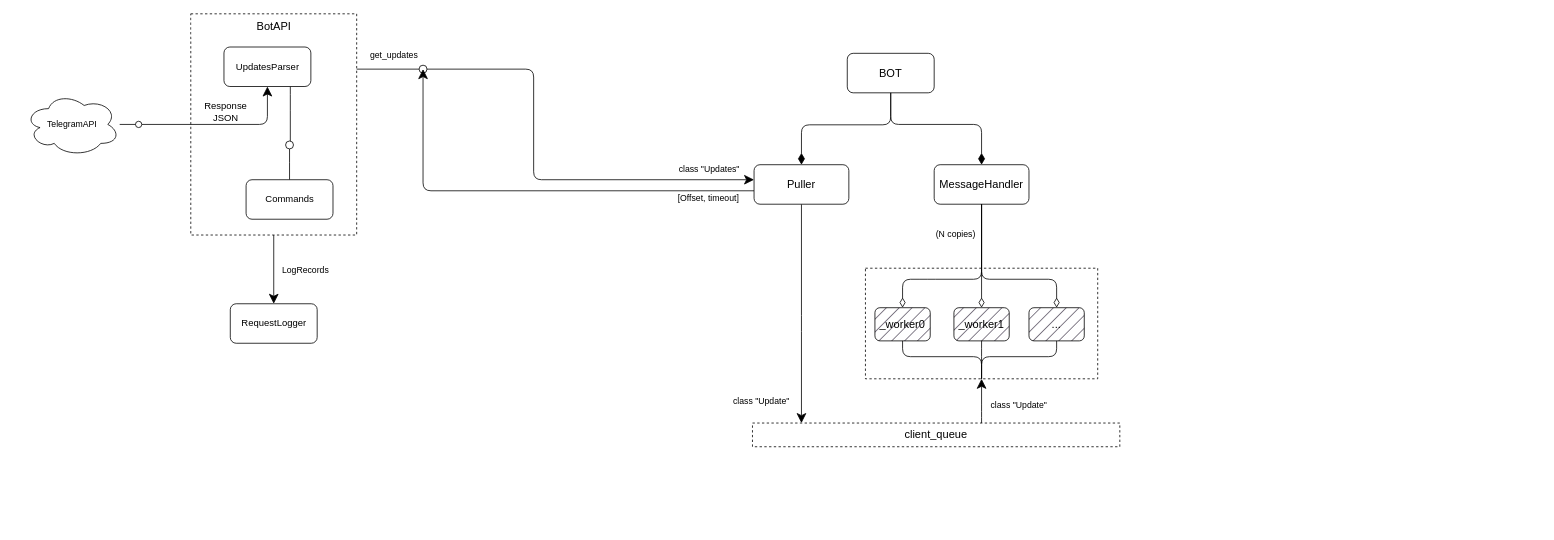
Above: structure.drawio in jopiks-s/shutdowns (draw.io), before the change. Source tidied: cells renumbered, new cells numbered last; positions are measured from the earlier drawing's top-left corner, leaving out a move shared by most shapes. Both pictures are drawn from the tidied source at 79%, with x=0, y=0 at pixel (24, 13).
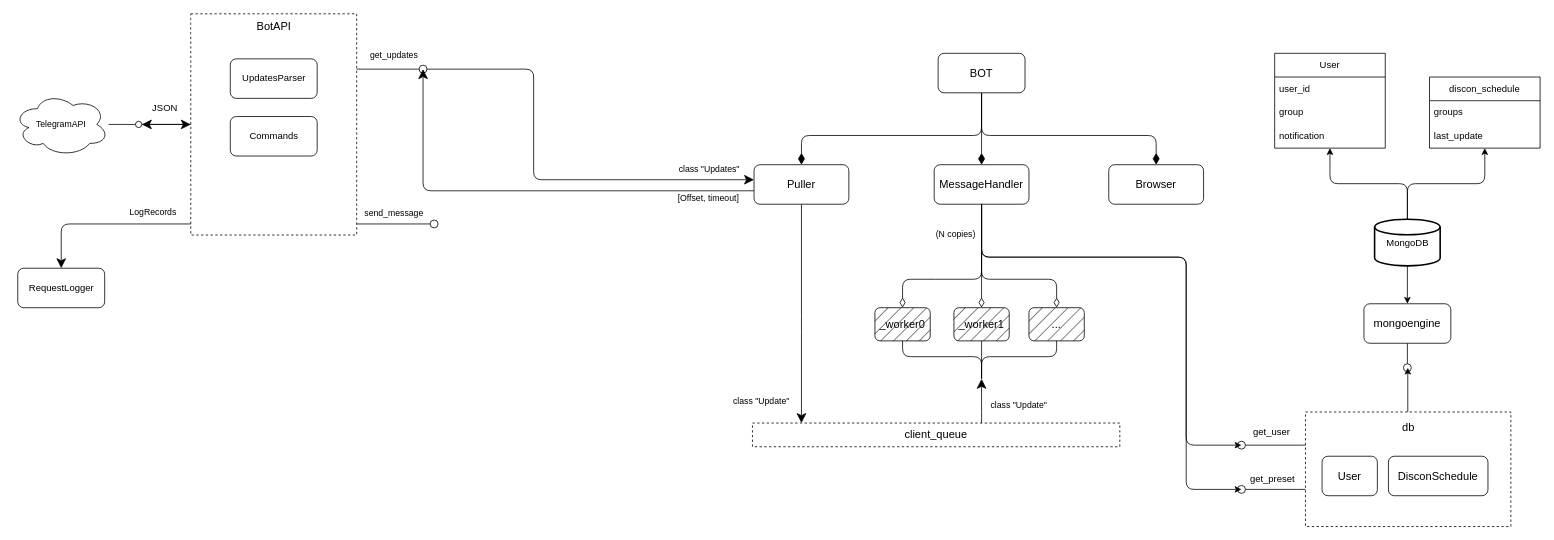
The same page after the edit.

Commit message (it also covers changes not shown here):
refactoring + updated uml diagram. added lock for query preset

Unchanged cells that the change refers to:
```xml
<mxCell id="5" style="ellipse;html=1;fontSize=11;align=center;fillColor=none;points=[];verticalAlign=bottom;labelPosition=center;verticalLabelPosition=top;flipH=1;" parent="1" vertex="1">
  <mxGeometry x="140" y="136" width="8" height="8" as="geometry" />
</mxCell>
<mxCell id="7" value="&lt;font style=&quot;font-size: 14px;&quot;&gt;MessageHandler&lt;/font&gt;" style="rounded=1;whiteSpace=wrap;html=1;" parent="1" vertex="1">
  <mxGeometry x="1151" y="191" width="120" height="50" as="geometry" />
</mxCell>
<mxCell id="10" value="&lt;font style=&quot;font-size: 14px;&quot;&gt;Puller&lt;/font&gt;" style="rounded=1;whiteSpace=wrap;html=1;" parent="1" vertex="1">
  <mxGeometry x="923" y="191" width="120" height="50" as="geometry" />
</mxCell>
<mxCell id="11" style="rounded=0;whiteSpace=wrap;html=1;fontFamily=Helvetica;fontSize=11;fontColor=default;dashed=1;fillColor=none;" parent="1" vertex="1">
  <mxGeometry x="210" width="210" height="280" as="geometry" />
</mxCell>
<mxCell id="12" value="&lt;font style=&quot;font-size: 14px;&quot;&gt;client_queue&lt;/font&gt;" style="rounded=0;whiteSpace=wrap;html=1;fontFamily=Helvetica;fontSize=11;fontColor=default;dashed=1;fillColor=default;fillStyle=auto;" parent="1" vertex="1">
  <mxGeometry x="921" y="518" width="465" height="30" as="geometry" />
</mxCell>
<mxCell id="31" style="group;" parent="1" vertex="1">
  <mxGeometry x="1064" y="322" width="294" height="140" as="geometry" />
</mxCell>
<mxCell id="33" value="&lt;font style=&quot;font-size: 14px;&quot;&gt;_worker1&lt;/font&gt;" style="rounded=1;whiteSpace=wrap;html=1;fillStyle=hatch;fillColor=#31283B;glass=0;shadow=0;" parent="31" vertex="1">
  <mxGeometry x="112" y="50" width="70" height="42" as="geometry" />
</mxCell>
<mxCell id="34" value="&lt;font style=&quot;font-size: 14px;&quot;&gt;_worker0&lt;/font&gt;" style="rounded=1;whiteSpace=wrap;html=1;fillStyle=hatch;fillColor=#31283B;glass=0;shadow=0;" parent="31" vertex="1">
  <mxGeometry x="12" y="50" width="70" height="42" as="geometry" />
</mxCell>
<mxCell id="35" value="&lt;span style=&quot;font-size: 14px;&quot;&gt;...&lt;/span&gt;" style="rounded=1;whiteSpace=wrap;html=1;fillStyle=hatch;fillColor=#31283B;glass=0;shadow=0;" parent="31" vertex="1">
  <mxGeometry x="207" y="50" width="70" height="42" as="geometry" />
</mxCell>
```

Diff of the diagram source:
```diff
@@
+    <mxCell id="44" style="edgeStyle=orthogonalEdgeStyle;jettySize=auto;html=1;rounded=1;" parent="1" edge="1" source="7">
+      <mxGeometry relative="1" as="geometry">
+        <mxPoint x="1540" y="546" as="targetPoint" />
+        <Array as="points">
+          <mxPoint x="1211" y="308" />
+          <mxPoint x="1470" y="308" />
+          <mxPoint x="1470" y="546" />
+        </Array>
+      </mxGeometry>
+    </mxCell>
+    <mxCell id="45" style="edgeStyle=orthogonalEdgeStyle;jettySize=auto;html=1;rounded=1;" parent="1" edge="1" source="7">
+      <mxGeometry relative="1" as="geometry">
+        <mxPoint x="1540" y="602" as="targetPoint" />
+        <Array as="points">
+          <mxPoint x="1211" y="308" />
+          <mxPoint x="1470" y="308" />
+          <mxPoint x="1470" y="602" />
+        </Array>
+      </mxGeometry>
+    </mxCell>
+    <mxCell id="21" style="edgeStyle=orthogonalEdgeStyle;shape=connector;rounded=1;jettySize=auto;html=1;labelBackgroundColor=default;strokeColor=default;fontFamily=Helvetica;fontSize=11;fontColor=default;endArrow=diamondThin;endFill=1;endSize=12;" parent="1" edge="1" source="3" target="7">
+      <mxGeometry relative="1" as="geometry" />
+    </mxCell>
+    <mxCell id="46" style="edgeStyle=orthogonalEdgeStyle;shape=connector;rounded=1;jettySize=auto;html=1;labelBackgroundColor=default;strokeColor=default;fontFamily=Helvetica;fontSize=11;fontColor=default;endArrow=diamondThin;endFill=1;endSize=12;" parent="1" edge="1" source="3" target="70">
+      <mxGeometry relative="1" as="geometry">
+        <Array as="points">
+          <mxPoint x="1211" y="154" />
+          <mxPoint x="1432" y="154" />
+        </Array>
+      </mxGeometry>
+    </mxCell>
     <mxCell id="2" style="edgeStyle=orthogonalEdgeStyle;shape=connector;rounded=1;jettySize=auto;html=1;labelBackgroundColor=default;strokeColor=default;fontFamily=Helvetica;fontSize=11;fontColor=default;endArrow=diamondThin;endFill=1;endSize=12;" parent="1" edge="1" source="3" target="10">
-      <mxGeometry relative="1" as="geometry" />
+      <mxGeometry relative="1" as="geometry">
+        <Array as="points">
+          <mxPoint x="1211" y="154" />
+          <mxPoint x="983" y="154" />
+        </Array>
+      </mxGeometry>
     </mxCell>
     <mxCell id="3" value="&lt;font style=&quot;font-size: 14px;&quot;&gt;BOT&lt;/font&gt;" style="rounded=1;whiteSpace=wrap;html=1;" parent="1" vertex="1">
-      <mxGeometry x="1041" y="50" width="110" height="50" as="geometry" />
+      <mxGeometry x="1156" y="50" width="110" height="50" as="geometry" />
     </mxCell>
@@
-    <mxCell id="6" style="edgeStyle=orthogonalEdgeStyle;rounded=1;jettySize=auto;html=1;endSize=10;" parent="1" edge="1" source="5" target="18">
+    <mxCell id="6" style="edgeStyle=orthogonalEdgeStyle;rounded=1;jettySize=auto;html=1;endSize=10;" parent="1" edge="1" source="11" target="5">
       <mxGeometry relative="1" as="geometry" />
     </mxCell>
@@
     <mxCell id="13" value="TelegramAPI" style="ellipse;shape=cloud;whiteSpace=wrap;html=1;fontFamily=Helvetica;fontSize=11;fontColor=default;" parent="1" vertex="1">
-      <mxGeometry y="100" width="120" height="80" as="geometry" />
+      <mxGeometry x="-14" y="100" width="120" height="80" as="geometry" />
     </mxCell>
-    <mxCell id="14" style="edgeStyle=orthogonalEdgeStyle;rounded=0;jettySize=auto;html=1;endArrow=oval;endFill=0;endSize=10;" parent="1" edge="1" source="16">
-      <mxGeometry relative="1" as="geometry">
-        <mxPoint x="335" y="166" as="targetPoint" />
-      </mxGeometry>
-    </mxCell>
-    <mxCell id="15" value="Response&lt;br&gt;JSON" style="text;html=1;align=center;verticalAlign=middle;strokeColor=none;fillColor=none;" parent="1" vertex="1">
-      <mxGeometry x="212" y="103" width="84" height="42" as="geometry" />
+    <mxCell id="15" value="JSON" style="text;html=1;align=center;verticalAlign=middle;strokeColor=none;fillColor=none;" parent="1" vertex="1">
+      <mxGeometry x="149" y="106" width="56" height="28" as="geometry" />
     </mxCell>
     <mxCell id="16" value="Commands" style="html=1;rounded=1;" parent="1" vertex="1">
-      <mxGeometry x="280" y="210" width="110" height="50" as="geometry" />
+      <mxGeometry x="260" y="130" width="110" height="50" as="geometry" />
     </mxCell>
-    <mxCell id="17" style="edgeStyle=orthogonalEdgeStyle;shape=connector;rounded=1;jettySize=auto;html=1;labelBackgroundColor=default;strokeColor=default;fontFamily=Helvetica;fontSize=11;fontColor=default;endArrow=none;endFill=0;" parent="1" edge="1" source="18">
-      <mxGeometry relative="1" as="geometry">
-        <mxPoint x="336" y="161" as="targetPoint" />
-        <Array as="points">
-          <mxPoint x="336" y="112" />
-          <mxPoint x="336" y="112" />
-        </Array>
-      </mxGeometry>
-    </mxCell>
     <mxCell id="18" value="UpdatesParser" style="html=1;rounded=1;" parent="1" vertex="1">
-      <mxGeometry x="252" y="42" width="110" height="50" as="geometry" />
+      <mxGeometry x="260" y="57" width="110" height="50" as="geometry" />
     </mxCell>
@@
-    <mxCell id="21" style="edgeStyle=orthogonalEdgeStyle;shape=connector;rounded=1;jettySize=auto;html=1;labelBackgroundColor=default;strokeColor=default;fontFamily=Helvetica;fontSize=11;fontColor=default;endArrow=diamondThin;endFill=1;endSize=12;" parent="1" edge="1" source="3" target="7">
-      <mxGeometry relative="1" as="geometry">
-        <Array as="points">
-          <mxPoint x="1096" y="140" />
-          <mxPoint x="1211" y="140" />
-        </Array>
-      </mxGeometry>
-    </mxCell>
@@
-    <mxCell id="32" style="rounded=0;whiteSpace=wrap;html=1;fontFamily=Helvetica;fontSize=11;fontColor=default;dashed=1;fillColor=none;" parent="31" vertex="1">
-      <mxGeometry width="294" height="140" as="geometry" />
-    </mxCell>
@@
-    <mxCell id="36" style="edgeStyle=orthogonalEdgeStyle;shape=connector;rounded=1;jettySize=auto;html=1;labelBackgroundColor=default;strokeColor=default;fontFamily=Helvetica;fontSize=11;fontColor=default;endArrow=none;endSize=10;endFill=0;exitX=0.5;exitY=1;exitDx=0;exitDy=0;" parent="31" edge="1" source="32" target="35">
+    <mxCell id="36" style="edgeStyle=orthogonalEdgeStyle;shape=connector;rounded=1;jettySize=auto;html=1;labelBackgroundColor=default;strokeColor=default;fontFamily=Helvetica;fontSize=11;fontColor=default;endArrow=none;endSize=10;endFill=0;exitX=0.5;exitY=1;exitDx=0;exitDy=0;" parent="31" edge="1" target="35">
       <mxGeometry relative="1" as="geometry">
+        <mxPoint x="147" y="140" as="sourcePoint" />
         <Array as="points">
           <mxPoint x="147" y="112" />
           <mxPoint x="242" y="112" />
         </Array>
       </mxGeometry>
     </mxCell>
-    <mxCell id="37" style="edgeStyle=orthogonalEdgeStyle;shape=connector;rounded=1;jettySize=auto;html=1;labelBackgroundColor=default;strokeColor=default;fontFamily=Helvetica;fontSize=11;fontColor=default;endArrow=none;endSize=10;endFill=0;exitX=0.5;exitY=1;exitDx=0;exitDy=0;" parent="31" edge="1" source="32" target="33">
+    <mxCell id="37" style="edgeStyle=orthogonalEdgeStyle;shape=connector;rounded=1;jettySize=auto;html=1;labelBackgroundColor=default;strokeColor=default;fontFamily=Helvetica;fontSize=11;fontColor=default;endArrow=none;endSize=10;endFill=0;exitX=0.5;exitY=1;exitDx=0;exitDy=0;" parent="31" edge="1" target="33">
       <mxGeometry relative="1" as="geometry">
+        <mxPoint x="147" y="140" as="sourcePoint" />
         <Array as="points">
           <mxPoint x="147" y="112" />
           <mxPoint x="147" y="112" />
         </Array>
       </mxGeometry>
     </mxCell>
-    <mxCell id="38" style="edgeStyle=orthogonalEdgeStyle;shape=connector;rounded=1;jettySize=auto;html=1;labelBackgroundColor=default;strokeColor=default;fontFamily=Helvetica;fontSize=11;fontColor=default;endArrow=none;endSize=10;endFill=0;exitX=0.5;exitY=1;exitDx=0;exitDy=0;" parent="31" edge="1" source="32" target="34">
+    <mxCell id="38" style="edgeStyle=orthogonalEdgeStyle;shape=connector;rounded=1;jettySize=auto;html=1;labelBackgroundColor=default;strokeColor=default;fontFamily=Helvetica;fontSize=11;fontColor=default;endArrow=none;endSize=10;endFill=0;exitX=0.5;exitY=1;exitDx=0;exitDy=0;" parent="31" edge="1" target="34">
       <mxGeometry relative="1" as="geometry">
+        <mxPoint x="147" y="140" as="sourcePoint" />
         <Array as="points">
           <mxPoint x="147" y="112" />
           <mxPoint x="47" y="112" />
         </Array>
       </mxGeometry>
     </mxCell>
-    <mxCell id="39" style="edgeStyle=orthogonalEdgeStyle;shape=connector;rounded=1;jettySize=auto;html=1;labelBackgroundColor=default;strokeColor=default;fontFamily=Helvetica;fontSize=11;fontColor=default;endArrow=classic;endSize=10;" parent="1" edge="1" source="12" target="32">
+    <mxCell id="39" style="edgeStyle=orthogonalEdgeStyle;shape=connector;rounded=1;jettySize=auto;html=1;labelBackgroundColor=default;strokeColor=default;fontFamily=Helvetica;fontSize=11;fontColor=default;endArrow=classic;endSize=10;" parent="1" edge="1" source="12">
       <mxGeometry relative="1" as="geometry">
+        <mxPoint x="1211" y="462" as="targetPoint" />
         <Array as="points">
           <mxPoint x="1211" y="504" />
           <mxPoint x="1211" y="504" />
         </Array>
       </mxGeometry>
     </mxCell>
@@
     <mxCell id="41" style="edgeStyle=orthogonalEdgeStyle;shape=connector;rounded=1;jettySize=auto;html=1;labelBackgroundColor=default;strokeColor=default;fontFamily=Helvetica;fontSize=11;fontColor=default;endArrow=classic;endSize=10;" parent="1" edge="1" source="11" target="42">
-      <mxGeometry relative="1" as="geometry" />
+      <mxGeometry relative="1" as="geometry">
+        <Array as="points">
+          <mxPoint x="46" y="266" />
+        </Array>
+      </mxGeometry>
     </mxCell>
     <mxCell id="42" value="RequestLogger" style="html=1;rounded=1;" parent="1" vertex="1">
-      <mxGeometry x="260" y="367" width="110" height="50" as="geometry" />
+      <mxGeometry x="-9" y="322" width="110" height="50" as="geometry" />
     </mxCell>
     <mxCell id="43" value="LogRecords" style="text;html=1;align=center;verticalAlign=middle;strokeColor=none;fillColor=none;fontSize=11;fontFamily=Helvetica;fontColor=default;" parent="1" vertex="1">
-      <mxGeometry x="313" y="311" width="84" height="28" as="geometry" />
+      <mxGeometry x="120" y="237" width="84" height="28" as="geometry" />
     </mxCell>
+    <mxCell id="47" style="edgeStyle=orthogonalEdgeStyle;rounded=1;jettySize=auto;html=1;" parent="1" edge="1" source="50" target="51">
+      <mxGeometry relative="1" as="geometry" />
+    </mxCell>
+    <mxCell id="48" style="edgeStyle=orthogonalEdgeStyle;rounded=1;jettySize=auto;html=1;" parent="1" edge="1" source="50" target="63">
+      <mxGeometry relative="1" as="geometry" />
+    </mxCell>
+    <mxCell id="49" style="edgeStyle=orthogonalEdgeStyle;rounded=0;jettySize=auto;html=1;" parent="1" edge="1" source="50" target="67">
+      <mxGeometry relative="1" as="geometry" />
+    </mxCell>
+    <mxCell id="50" value="MongoDB" style="strokeWidth=2;html=1;shape=mxgraph.flowchart.database;whiteSpace=wrap;" parent="1" vertex="1">
+      <mxGeometry x="1708.5" y="260" width="83" height="59" as="geometry" />
+    </mxCell>
+    <mxCell id="51" value="User" style="swimlane;fontStyle=0;horizontal=1;startSize=30;whiteSpace=wrap;html=1;" parent="1" vertex="1">
+      <mxGeometry x="1582" y="50" width="140" height="120" as="geometry" />
+    </mxCell>
+    <mxCell id="52" value="user_id" style="text;strokeColor=none;fillColor=none;align=left;verticalAlign=middle;spacingLeft=4;spacingRight=4;overflow=hidden;whiteSpace=wrap;html=1;" parent="51" vertex="1">
+      <mxGeometry y="30" width="140" height="30" as="geometry" />
+    </mxCell>
+    <mxCell id="53" value="group" style="text;strokeColor=none;fillColor=none;align=left;verticalAlign=middle;spacingLeft=4;spacingRight=4;overflow=hidden;whiteSpace=wrap;html=1;" parent="51" vertex="1">
+      <mxGeometry y="60" width="140" height="30" as="geometry" />
+    </mxCell>
+    <mxCell id="54" value="notification" style="text;strokeColor=none;fillColor=none;align=left;verticalAlign=middle;spacingLeft=4;spacingRight=4;overflow=hidden;whiteSpace=wrap;html=1;" parent="51" vertex="1">
+      <mxGeometry y="90" width="140" height="30" as="geometry" />
+    </mxCell>
+    <mxCell id="55" style="group;" parent="1" vertex="1">
+      <mxGeometry x="1621" y="448" width="260" height="201" as="geometry" />
+    </mxCell>
+    <mxCell id="56" style="edgeStyle=orthogonalEdgeStyle;rounded=0;jettySize=auto;html=1;" parent="55" edge="1" source="58">
+      <mxGeometry relative="1" as="geometry">
+        <mxPoint x="129.5" as="targetPoint" />
+      </mxGeometry>
+    </mxCell>
+    <mxCell id="57" style="edgeStyle=orthogonalEdgeStyle;rounded=0;jettySize=auto;html=1;endSize=10;endArrow=oval;endFill=0;" parent="55" edge="1" source="58">
+      <mxGeometry relative="1" as="geometry">
+        <mxPoint x="-81" y="98" as="targetPoint" />
+        <Array as="points">
+          <mxPoint x="-11" y="98" />
+          <mxPoint x="-11" y="98" />
+        </Array>
+      </mxGeometry>
+    </mxCell>
+    <mxCell id="58" style="rounded=0;whiteSpace=wrap;html=1;fontFamily=Helvetica;fontSize=11;fontColor=default;dashed=1;fillColor=none;" parent="55" vertex="1">
+      <mxGeometry y="56" width="260" height="145" as="geometry" />
+    </mxCell>
+    <mxCell id="59" value="db" style="text;html=1;align=center;verticalAlign=middle;strokeColor=none;fillColor=default;fontSize=14;fontFamily=Helvetica;fontColor=default;" parent="55" vertex="1">
+      <mxGeometry x="16.2" y="61" width="226.6" height="28" as="geometry" />
+    </mxCell>
+    <mxCell id="60" value="&lt;font style=&quot;font-size: 14px;&quot;&gt;User&lt;br&gt;&lt;/font&gt;" style="rounded=1;whiteSpace=wrap;html=1;" parent="55" vertex="1">
+      <mxGeometry x="21" y="112" width="70" height="50" as="geometry" />
+    </mxCell>
+    <mxCell id="61" value="&lt;font style=&quot;font-size: 14px;&quot;&gt;DisconSchedule&lt;br&gt;&lt;/font&gt;" style="rounded=1;whiteSpace=wrap;html=1;" parent="55" vertex="1">
+      <mxGeometry x="105" y="112" width="126" height="50" as="geometry" />
+    </mxCell>
+    <mxCell id="62" style="edgeStyle=orthogonalEdgeStyle;rounded=0;jettySize=auto;html=1;endSize=10;endArrow=oval;endFill=0;" parent="55" edge="1" source="58">
+      <mxGeometry relative="1" as="geometry">
+        <mxPoint x="-81" y="154" as="targetPoint" />
+        <Array as="points">
+          <mxPoint x="-11" y="154" />
+          <mxPoint x="-11" y="154" />
+        </Array>
+      </mxGeometry>
+    </mxCell>
+    <mxCell id="63" value="discon_schedule" style="swimlane;fontStyle=0;horizontal=1;startSize=30;whiteSpace=wrap;html=1;" parent="1" vertex="1">
+      <mxGeometry x="1778" y="80" width="140" height="90" as="geometry" />
+    </mxCell>
+    <mxCell id="64" value="groups" style="text;strokeColor=none;fillColor=none;align=left;verticalAlign=middle;spacingLeft=4;spacingRight=4;overflow=hidden;whiteSpace=wrap;html=1;" parent="63" vertex="1">
+      <mxGeometry y="30" width="140" height="30" as="geometry" />
+    </mxCell>
+    <mxCell id="65" value="last_update" style="text;strokeColor=none;fillColor=none;align=left;verticalAlign=middle;spacingLeft=4;spacingRight=4;overflow=hidden;whiteSpace=wrap;html=1;" parent="63" vertex="1">
+      <mxGeometry y="60" width="140" height="30" as="geometry" />
+    </mxCell>
+    <mxCell id="66" style="edgeStyle=orthogonalEdgeStyle;rounded=0;jettySize=auto;html=1;endArrow=oval;endFill=0;endSize=10;" parent="1" edge="1" source="67">
+      <mxGeometry relative="1" as="geometry">
+        <mxPoint x="1750" y="448" as="targetPoint" />
+      </mxGeometry>
+    </mxCell>
+    <mxCell id="67" value="&lt;font style=&quot;font-size: 14px;&quot;&gt;mongoengine&lt;br&gt;&lt;/font&gt;" style="rounded=1;whiteSpace=wrap;html=1;" parent="1" vertex="1">
+      <mxGeometry x="1695" y="367" width="110" height="50" as="geometry" />
+    </mxCell>
+    <mxCell id="68" value="get_user" style="text;html=1;align=center;verticalAlign=middle;strokeColor=none;fillColor=none;" parent="1" vertex="1">
+      <mxGeometry x="1543" y="516" width="70" height="28" as="geometry" />
+    </mxCell>
+    <mxCell id="69" value="get_preset" style="text;html=1;align=center;verticalAlign=middle;strokeColor=none;fillColor=none;" parent="1" vertex="1">
+      <mxGeometry x="1537" y="575" width="84" height="28" as="geometry" />
+    </mxCell>
+    <mxCell id="70" value="&lt;font style=&quot;font-size: 14px;&quot;&gt;Browser&lt;/font&gt;" style="rounded=1;whiteSpace=wrap;html=1;" parent="1" vertex="1">
+      <mxGeometry x="1372" y="191" width="120" height="50" as="geometry" />
+    </mxCell>
+    <mxCell id="71" style="edgeStyle=orthogonalEdgeStyle;rounded=1;jettySize=auto;html=1;endSize=10;" parent="1" edge="1" source="5" target="11">
+      <mxGeometry relative="1" as="geometry" />
+    </mxCell>
+    <mxCell id="72" style="edgeStyle=orthogonalEdgeStyle;rounded=0;jettySize=auto;html=1;endArrow=oval;endFill=0;endSize=10;" parent="1" edge="1" source="11">
+      <mxGeometry relative="1" as="geometry">
+        <mxPoint x="518" y="266" as="targetPoint" />
+        <Array as="points">
+          <mxPoint x="448" y="266" />
+          <mxPoint x="448" y="266" />
+        </Array>
+      </mxGeometry>
+    </mxCell>
+    <mxCell id="73" value="send_message" style="text;html=1;align=center;verticalAlign=middle;strokeColor=none;fillColor=none;fontSize=11;fontFamily=Helvetica;fontColor=default;" parent="1" vertex="1">
+      <mxGeometry x="418" y="239" width="98" height="28" as="geometry" />
+    </mxCell>
```
